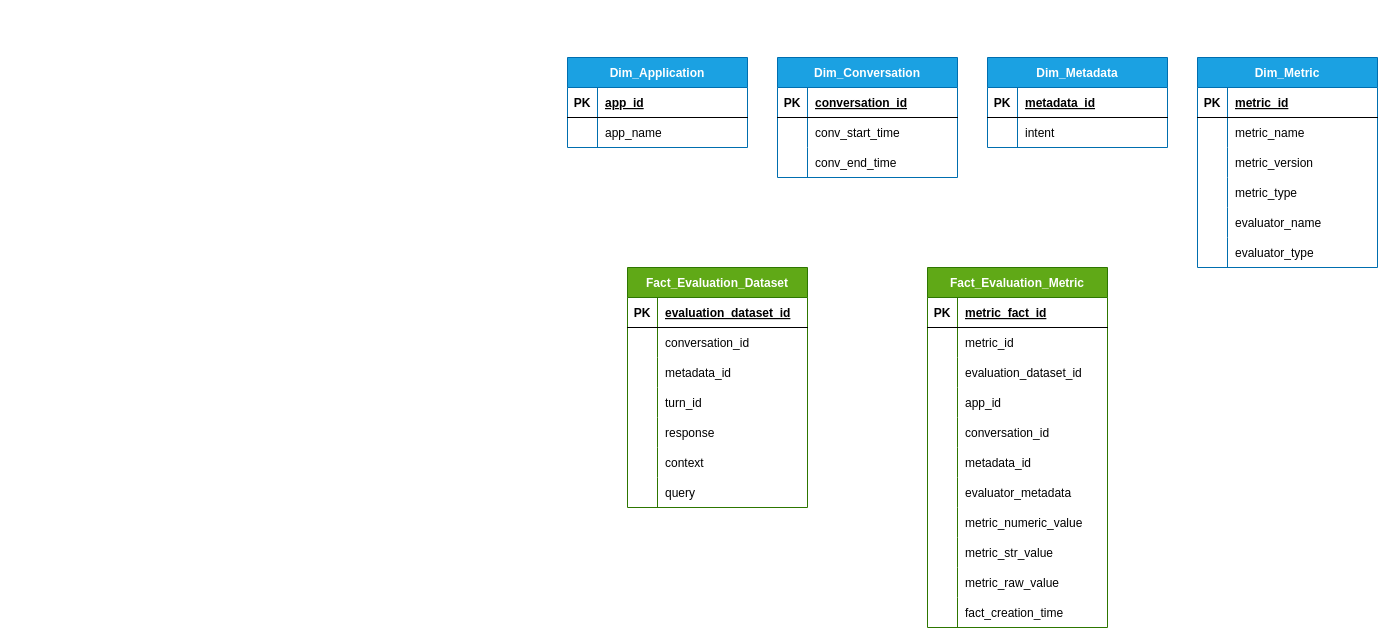
This is page "Low Level Data model" (2 of 2) of docs/Architecture.drawio from Azure-Samples/llm-eval-grader-samples, a draw.io file, before an edit. Source tidied: cells renumbered, new cells numbered last; positions are measured from the earlier drawing's top-left corner, leaving out a move shared by most shapes. Both pictures are drawn from the tidied source at 100%, with x=0, y=0 at pixel (567, 57).
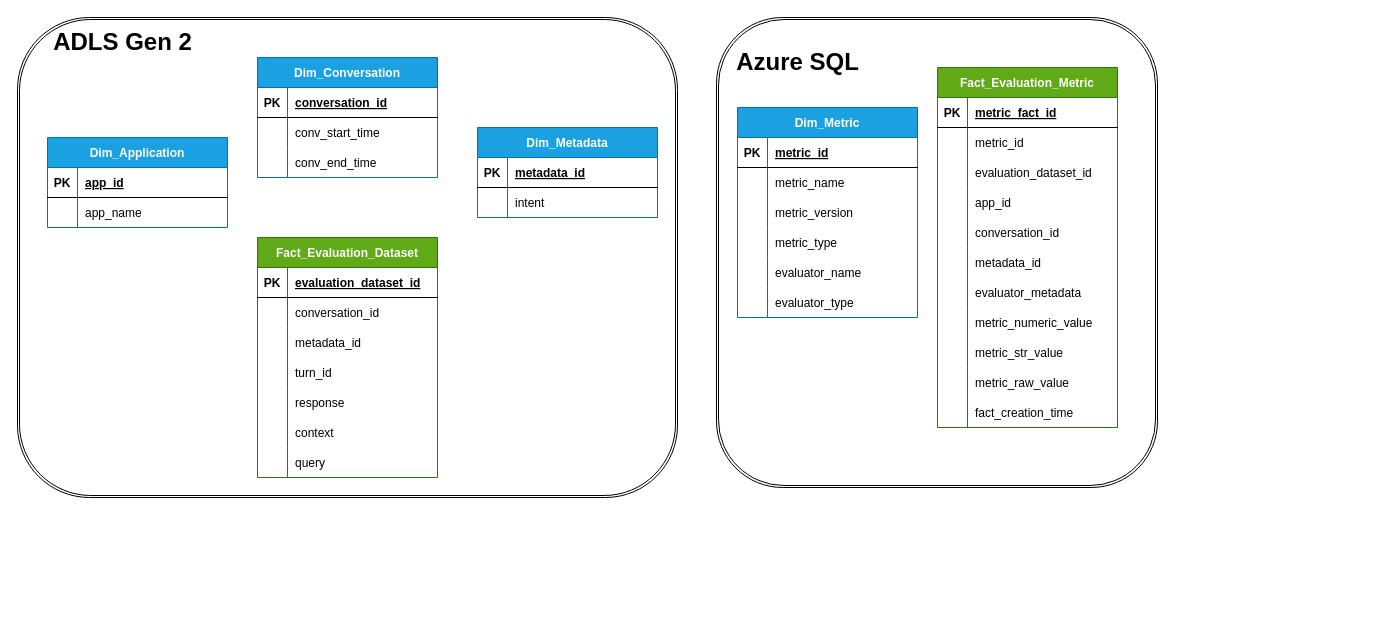
The same diagram, later.

Change to the diagram source:
```diff
@@
     <mxCell id="2" value="Dim_Conversation" style="shape=table;startSize=30;childLayout=tableLayout;rowLines=0;fontStyle=1;align=center;fillColor=#1ba1e2;fontColor=#ffffff;strokeColor=#006EAF;" parent="1" vertex="1">
-      <mxGeometry x="210" width="180" height="120" as="geometry" />
+      <mxGeometry x="-310" width="180" height="120" as="geometry" />
     </mxCell>
@@
     <mxCell id="12" value="Dim_Metadata" style="shape=table;startSize=30;childLayout=tableLayout;rowLines=0;fontStyle=1;align=center;fillColor=#1ba1e2;fontColor=#ffffff;strokeColor=#006EAF;" parent="1" vertex="1">
-      <mxGeometry x="420" width="180" height="90" as="geometry" />
+      <mxGeometry x="-90" y="70" width="180" height="90" as="geometry" />
     </mxCell>
@@
     <mxCell id="19" value="Fact_Evaluation_Dataset" style="shape=table;startSize=30;childLayout=tableLayout;rowLines=0;fontStyle=1;align=center;fillColor=#60a917;fontColor=#ffffff;strokeColor=#2D7600;" parent="1" vertex="1">
-      <mxGeometry x="60" y="210" width="180" height="240" as="geometry" />
+      <mxGeometry x="-310" y="180" width="180" height="240" as="geometry" />
     </mxCell>
@@
     <mxCell id="41" value="Fact_Evaluation_Metric" style="shape=table;startSize=30;childLayout=tableLayout;rowLines=0;fontStyle=1;align=center;fillColor=#60a917;fontColor=#ffffff;strokeColor=#2D7600;" parent="1" vertex="1">
-      <mxGeometry x="360" y="210" width="180" height="360" as="geometry" />
+      <mxGeometry x="370" y="10" width="180" height="360" as="geometry" />
     </mxCell>
@@
     <mxCell id="75" value="Dim_Metric" style="shape=table;startSize=30;childLayout=tableLayout;rowLines=0;fontStyle=1;align=center;fillColor=#1ba1e2;fontColor=#ffffff;strokeColor=#006EAF;" parent="1" vertex="1">
-      <mxGeometry x="630" width="180" height="210" as="geometry" />
+      <mxGeometry x="170" y="50" width="180" height="210" as="geometry" />
     </mxCell>
@@
     <mxCell id="94" value="Dim_Application" style="shape=table;startSize=30;childLayout=tableLayout;rowLines=0;fontStyle=1;align=center;fillColor=#1ba1e2;fontColor=#ffffff;strokeColor=#006EAF;" parent="1" vertex="1">
-      <mxGeometry width="180" height="90" as="geometry" />
+      <mxGeometry x="-520" y="80" width="180" height="90" as="geometry" />
     </mxCell>
@@
+    <mxCell id="101" style="shape=ext;double=1;rounded=1;whiteSpace=wrap;html=1;fillColor=none;" parent="1" vertex="1">
+      <mxGeometry x="-550" y="-40" width="660" height="480" as="geometry" />
+    </mxCell>
+    <mxCell id="102" style="shape=ext;double=1;rounded=1;whiteSpace=wrap;html=1;fillColor=none;" parent="1" vertex="1">
+      <mxGeometry x="149" y="-40" width="441" height="470" as="geometry" />
+    </mxCell>
+    <mxCell id="103" value="ADLS Gen 2" style="text;strokeColor=none;fillColor=none;html=1;fontSize=24;fontStyle=1;verticalAlign=middle;align=center;" parent="1" vertex="1">
+      <mxGeometry x="-510" y="-40" width="130" height="50" as="geometry" />
+    </mxCell>
+    <mxCell id="104" value="Azure SQL" style="text;strokeColor=none;fillColor=none;html=1;fontSize=24;fontStyle=1;verticalAlign=middle;align=center;" parent="1" vertex="1">
+      <mxGeometry x="180" y="-15" width="100" height="40" as="geometry" />
+    </mxCell>
```
